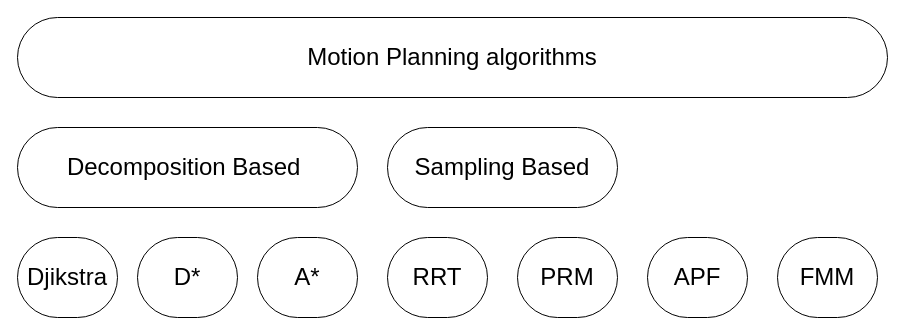
Earlier version of the draw.io diagram report/graphics/Motion_planning_algorithms.drawio (Planning-and-Control-in-Space-Cobot/PIC). Source tidied: cells renumbered, new cells numbered last; positions are measured from the earlier drawing's top-left corner, leaving out a move shared by most shapes. Both pictures are drawn from the tidied source at 100%, with x=0, y=0 at pixel (17, 17).
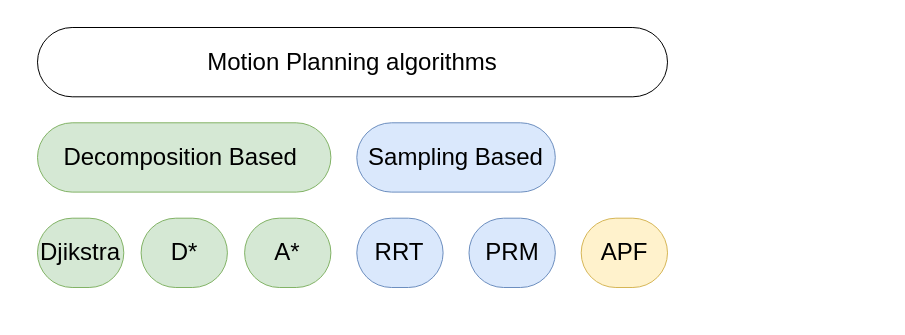
After the change.

Diff of the diagram source:
```diff
@@
 <mxGraphModel>
   <root>
     <mxCell id="0" />
     <mxCell id="1" parent="0" />
     <mxCell id="2" value="&lt;span style=&quot;font-size: 24px;&quot;&gt;Motion Planning algorithms&lt;/span&gt;" style="rounded=1;whiteSpace=wrap;html=1;gradientColor=none;fillColor=default;arcSize=50;" parent="1" vertex="1">
-      <mxGeometry width="870" height="80" as="geometry" />
+      <mxGeometry x="20" y="10" width="630" height="69.3" as="geometry" />
     </mxCell>
-    <mxCell id="3" value="&lt;span style=&quot;font-size: 24px;&quot;&gt;Decomposition Based&amp;nbsp;&lt;/span&gt;" style="rounded=1;whiteSpace=wrap;html=1;gradientColor=none;fillColor=default;arcSize=50;" parent="1" vertex="1">
-      <mxGeometry y="110" width="340" height="80" as="geometry" />
+    <mxCell id="3" value="&lt;span style=&quot;font-size: 24px;&quot;&gt;Decomposition Based&amp;nbsp;&lt;/span&gt;" style="rounded=1;whiteSpace=wrap;html=1;fillColor=#d5e8d4;arcSize=50;strokeColor=#82b366;" parent="1" vertex="1">
+      <mxGeometry x="20" y="105.3" width="293.4" height="69.3" as="geometry" />
     </mxCell>
-    <mxCell id="4" value="&lt;span style=&quot;font-size: 24px;&quot;&gt;Djikstra&lt;/span&gt;" style="rounded=1;whiteSpace=wrap;html=1;gradientColor=none;fillColor=default;arcSize=50;" parent="1" vertex="1">
-      <mxGeometry y="220" width="100" height="80" as="geometry" />
+    <mxCell id="4" value="&lt;span style=&quot;font-size: 24px;&quot;&gt;Djikstra&lt;/span&gt;" style="rounded=1;whiteSpace=wrap;html=1;fillColor=#d5e8d4;arcSize=50;strokeColor=#82b366;" parent="1" vertex="1">
+      <mxGeometry x="20" y="200.7" width="86.3" height="69.3" as="geometry" />
     </mxCell>
-    <mxCell id="5" value="&lt;span style=&quot;font-size: 24px;&quot;&gt;Sampling Based&lt;/span&gt;" style="rounded=1;whiteSpace=wrap;html=1;gradientColor=none;fillColor=default;arcSize=50;" parent="1" vertex="1">
-      <mxGeometry x="370" y="110" width="230" height="80" as="geometry" />
+    <mxCell id="5" value="&lt;span style=&quot;font-size: 24px;&quot;&gt;Sampling Based&lt;/span&gt;" style="rounded=1;whiteSpace=wrap;html=1;fillColor=#dae8fc;arcSize=50;strokeColor=#6c8ebf;" parent="1" vertex="1">
+      <mxGeometry x="339.3" y="105.3" width="198.5" height="69.3" as="geometry" />
     </mxCell>
-    <mxCell id="6" value="&lt;span style=&quot;font-size: 24px;&quot;&gt;D*&lt;/span&gt;" style="rounded=1;whiteSpace=wrap;html=1;gradientColor=none;fillColor=default;arcSize=50;" parent="1" vertex="1">
-      <mxGeometry x="120" y="220" width="100" height="80" as="geometry" />
+    <mxCell id="6" value="&lt;span style=&quot;font-size: 24px;&quot;&gt;D*&lt;/span&gt;" style="rounded=1;whiteSpace=wrap;html=1;fillColor=#d5e8d4;arcSize=50;strokeColor=#82b366;" parent="1" vertex="1">
+      <mxGeometry x="123.6" y="200.7" width="86.3" height="69.3" as="geometry" />
     </mxCell>
-    <mxCell id="7" value="&lt;span style=&quot;font-size: 24px;&quot;&gt;A*&lt;/span&gt;" style="rounded=1;whiteSpace=wrap;html=1;gradientColor=none;fillColor=default;arcSize=50;" parent="1" vertex="1">
-      <mxGeometry x="240" y="220" width="100" height="80" as="geometry" />
+    <mxCell id="7" value="&lt;span style=&quot;font-size: 24px;&quot;&gt;A*&lt;/span&gt;" style="rounded=1;whiteSpace=wrap;html=1;fillColor=#d5e8d4;arcSize=50;strokeColor=#82b366;" parent="1" vertex="1">
+      <mxGeometry x="227.1" y="200.7" width="86.3" height="69.3" as="geometry" />
     </mxCell>
-    <mxCell id="8" value="&lt;span style=&quot;font-size: 24px;&quot;&gt;RRT&lt;/span&gt;" style="rounded=1;whiteSpace=wrap;html=1;gradientColor=none;fillColor=default;arcSize=50;" parent="1" vertex="1">
-      <mxGeometry x="370" y="220" width="100" height="80" as="geometry" />
+    <mxCell id="8" value="&lt;span style=&quot;font-size: 24px;&quot;&gt;RRT&lt;/span&gt;" style="rounded=1;whiteSpace=wrap;html=1;fillColor=#dae8fc;arcSize=50;strokeColor=#6c8ebf;" parent="1" vertex="1">
+      <mxGeometry x="339.3" y="200.7" width="86.3" height="69.3" as="geometry" />
     </mxCell>
-    <mxCell id="9" value="&lt;span style=&quot;font-size: 24px;&quot;&gt;PRM&lt;/span&gt;" style="rounded=1;whiteSpace=wrap;html=1;gradientColor=none;fillColor=default;arcSize=50;" parent="1" vertex="1">
-      <mxGeometry x="500" y="220" width="100" height="80" as="geometry" />
+    <mxCell id="9" value="&lt;span style=&quot;font-size: 24px;&quot;&gt;PRM&lt;/span&gt;" style="rounded=1;whiteSpace=wrap;html=1;fillColor=#dae8fc;arcSize=50;strokeColor=#6c8ebf;" parent="1" vertex="1">
+      <mxGeometry x="451.5" y="200.7" width="86.3" height="69.3" as="geometry" />
     </mxCell>
-    <mxCell id="10" value="&lt;span style=&quot;font-size: 24px;&quot;&gt;APF&lt;/span&gt;" style="rounded=1;whiteSpace=wrap;html=1;gradientColor=none;fillColor=default;arcSize=50;" parent="1" vertex="1">
-      <mxGeometry x="630" y="220" width="100" height="80" as="geometry" />
+    <mxCell id="10" value="&lt;span style=&quot;font-size: 24px;&quot;&gt;APF&lt;/span&gt;" style="rounded=1;whiteSpace=wrap;html=1;fillColor=#fff2cc;arcSize=50;strokeColor=#d6b656;" parent="1" vertex="1">
+      <mxGeometry x="563.7" y="200.7" width="86.3" height="69.3" as="geometry" />
     </mxCell>
-    <mxCell id="11" value="&lt;span style=&quot;font-size: 24px;&quot;&gt;FMM&lt;/span&gt;" style="rounded=1;whiteSpace=wrap;html=1;gradientColor=none;fillColor=default;arcSize=50;" parent="1" vertex="1">
-      <mxGeometry x="760" y="220" width="100" height="80" as="geometry" />
-    </mxCell>
   </root>
 </mxGraphModel>
```
